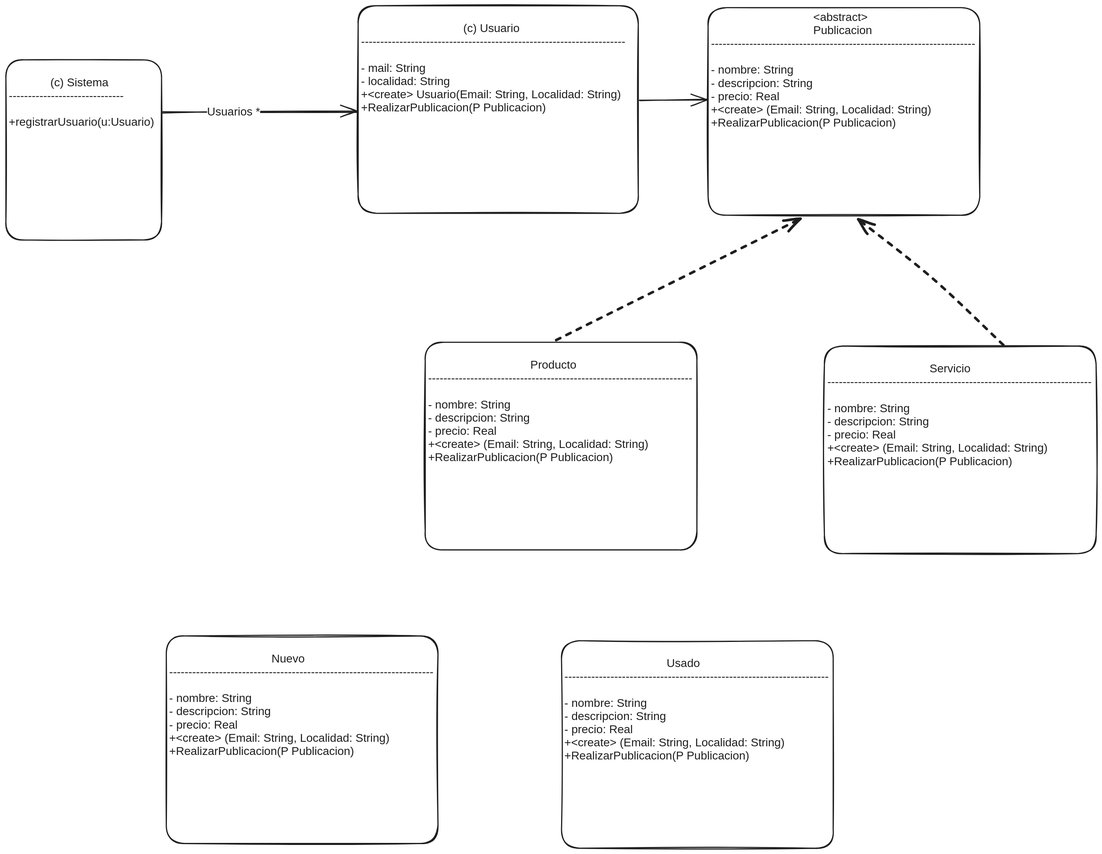
Fabian-Martinez-Rincon/Orientacion-a-Objetos1 keeps this Excalidraw diagram as apref/MercadoOnLine.excalidraw.svg. Above is the earlier version. Source tidied: one line per element, renumbered; positions are measured from the earlier drawing's top-left corner, leaving out a move shared by most shapes.
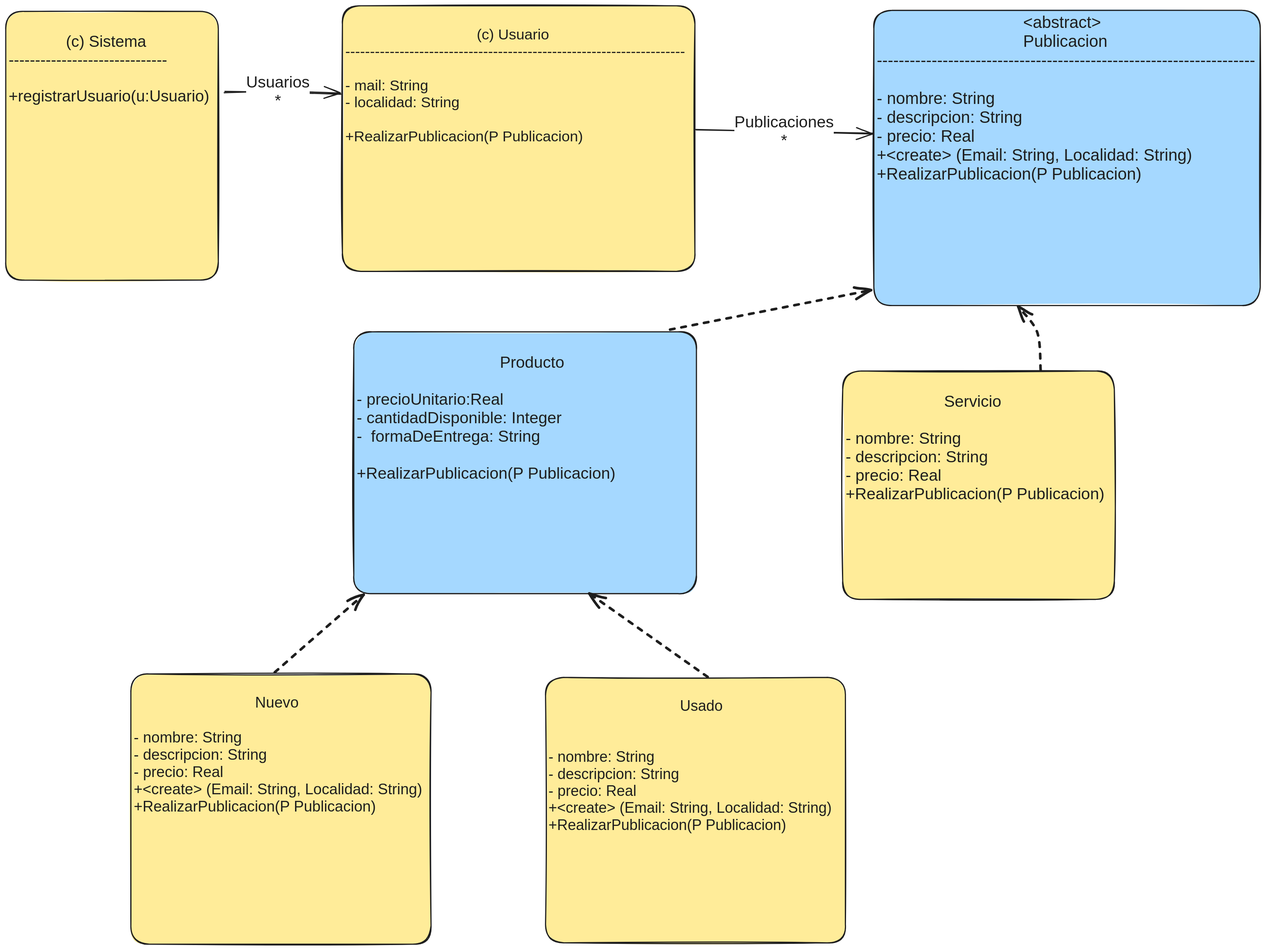
The same diagram one commit later.

Commit message:
Uml Parcial 1

What changed in the source:
```diff
@@ -1,19 +1,22 @@
-{"id": 0, "type": "rectangle", "strokeColor": "#1e1e1e", "strokeWidth": 2, "roughness": 1, "round": true, "x": 0, "y": 94, "width": 271, "height": 313}
+{"id": 0, "type": "rectangle", "strokeColor": "#1e1e1e", "backgroundColor": "#ffec99", "fillStyle": "solid", "strokeWidth": 2, "roughness": 1, "round": true, "x": -113, "y": 47, "width": 369, "height": 467}
-{"id": 1, "type": "text", "text": "\n             (c) Sistema\n------------------------------\n\n+registrarUsuario(u:Usuario)", "strokeColor": "#1e1e1e", "strokeWidth": 2, "roughness": 1, "fontSize": 20, "fontFamily": 2, "inside": 0, "x": 5, "y": 99, "width": 253, "height": 115}
+{"id": 1, "type": "text", "text": "\n             (c) Sistema\n------------------------------\n\n+registrarUsuario(u:Usuario)", "strokeColor": "#1e1e1e", "strokeWidth": 2, "roughness": 1, "fontSize": 27.6, "fontFamily": 2, "inside": 0, "x": -108, "y": 52, "width": 349, "height": 159}
-{"id": 2, "type": "rectangle", "strokeColor": "#1e1e1e", "strokeWidth": 2, "roughness": 1, "round": true, "x": 612, "y": 0, "width": 487, "height": 361}
+{"id": 2, "type": "rectangle", "strokeColor": "#1e1e1e", "backgroundColor": "#ffec99", "fillStyle": "solid", "strokeWidth": 2, "roughness": 1, "round": true, "x": 473, "y": 37, "width": 613, "height": 462}
-{"id": 3, "type": "text", "text": "\n                                (c) Usuario\n---------------------------------------------------------------------\n\n- mail: String\n- localidad: String\n+<create> Usuario(Email: String, Localidad: String)\n+RealizarPublicacion(P Publicacion)\n", "strokeColor": "#1e1e1e", "strokeWidth": 2, "roughness": 1, "fontSize": 20, "fontFamily": 2, "inside": 2, "x": 617, "y": 5, "width": 460, "height": 207}
+{"id": 3, "type": "text", "text": "\n                                (c) Usuario\n---------------------------------------------------------------------\n\n- mail: String\n- localidad: String\n\n+RealizarPublicacion(P Publicacion)\n", "strokeColor": "#1e1e1e", "strokeWidth": 2, "roughness": 1, "fontSize": 25.71, "fontFamily": 2, "inside": 2, "x": 478, "y": 42, "width": 591, "height": 266}
-{"id": 4, "type": "arrow", "strokeColor": "#1e1e1e", "strokeWidth": 2, "roughness": 1, "endArrowhead": "arrow", "round": true, "from": 0, "to": 2, "x": 272, "y": 185, "width": 340, "height": 0, "points": [[0, 0], [124, 0], [340, 0]]}
+{"id": 4, "type": "arrow", "strokeColor": "#1e1e1e", "strokeWidth": 2, "roughness": 1, "endArrowhead": "arrow", "round": true, "from": 0, "to": 2, "x": 268, "y": 186, "width": 202, "height": 4, "points": [[0, 0], [93, 0], [202, 4]]}
-{"id": 5, "type": "text", "text": "Usuarios *", "strokeColor": "#1e1e1e", "strokeWidth": 2, "roughness": 1, "fontSize": 20, "fontFamily": 2, "textAlign": "center", "verticalAlign": "middle", "inside": 4, "x": 350, "y": 173, "width": 92, "height": 23}
+{"id": 5, "type": "text", "text": "Usuarios\n*", "strokeColor": "#1e1e1e", "strokeWidth": 2, "roughness": 1, "fontSize": 28, "fontFamily": 2, "textAlign": "center", "verticalAlign": "middle", "inside": 4, "x": 305, "y": 154, "width": 110, "height": 64}
-{"id": 6, "type": "rectangle", "strokeColor": "#1e1e1e", "strokeWidth": 2, "roughness": 1, "round": true, "x": 1220, "y": 3, "width": 472, "height": 361}
+{"id": 6, "type": "rectangle", "strokeColor": "#1e1e1e", "backgroundColor": "#a5d8ff", "fillStyle": "solid", "strokeWidth": 2, "roughness": 1, "round": true, "x": 1396, "y": 45, "width": 672, "height": 513}
-{"id": 7, "type": "text", "text": "                                <abstract>\n                                Publicacion\n---------------------------------------------------------------------\n\n- nombre: String\n- descripcion: String\n- precio: Real\n+<create> (Email: String, Localidad: String)\n+RealizarPublicacion(P Publicacion)\n", "strokeColor": "#1e1e1e", "strokeWidth": 2, "roughness": 1, "fontSize": 20, "fontFamily": 2, "inside": 6, "x": 1225, "y": 8, "width": 460, "height": 230}
+{"id": 7, "type": "text", "text": "                                <abstract>\n                                Publicacion\n---------------------------------------------------------------------\n\n- nombre: String\n- descripcion: String\n- precio: Real\n+<create> (Email: String, Localidad: String)\n+RealizarPublicacion(P Publicacion)\n", "strokeColor": "#1e1e1e", "strokeWidth": 2, "roughness": 1, "fontSize": 28.63, "fontFamily": 2, "inside": 6, "x": 1401, "y": 50, "width": 658, "height": 329}
-{"id": 8, "type": "arrow", "strokeColor": "#1e1e1e", "strokeWidth": 2, "roughness": 1, "endArrowhead": "arrow", "round": true, "from": 2, "to": 6, "x": 1101, "y": 164, "width": 118, "height": 1, "points": [[0, 0], [118, -1]]}
+{"id": 8, "type": "arrow", "strokeColor": "#1e1e1e", "strokeWidth": 2, "roughness": 1, "endArrowhead": "arrow", "round": true, "from": 2, "to": 6, "x": 1086, "y": 252, "width": 308, "height": 7, "points": [[0, 0], [308, 7]]}
+{"id": 19, "type": "text", "text": "Publicaciones\n*", "strokeColor": "#1e1e1e", "strokeWidth": 4, "strokeStyle": "dashed", "roughness": 1, "fontSize": 28, "fontFamily": 2, "textAlign": "center", "verticalAlign": "middle", "inside": 8, "x": 1155, "y": 224, "width": 173, "height": 64}
-{"id": 9, "type": "rectangle", "strokeColor": "#1e1e1e", "strokeWidth": 2, "roughness": 1, "round": true, "x": 279, "y": 1096, "width": 472, "height": 361}
+{"id": 9, "type": "rectangle", "strokeColor": "#1e1e1e", "backgroundColor": "#ffec99", "fillStyle": "solid", "strokeWidth": 2, "roughness": 1, "round": true, "x": 105, "y": 1198, "width": 522, "height": 470}
-{"id": 10, "type": "text", "text": "\n                                Nuevo\n---------------------------------------------------------------------\n\n- nombre: String\n- descripcion: String\n- precio: Real\n+<create> (Email: String, Localidad: String)\n+RealizarPublicacion(P Publicacion)\n", "strokeColor": "#1e1e1e", "strokeWidth": 2, "roughness": 1, "fontSize": 20, "fontFamily": 2, "inside": 9, "x": 284, "y": 1101, "width": 460, "height": 230}
+{"id": 10, "type": "text", "text": "\n                             Nuevo\n\n- nombre: String\n- descripcion: String\n- precio: Real\n+<create> (Email: String, Localidad: String)\n+RealizarPublicacion(P Publicacion)\n", "strokeColor": "#1e1e1e", "strokeWidth": 2, "roughness": 1, "fontSize": 26.19, "fontFamily": 2, "inside": 9, "x": 110, "y": 1203, "width": 501, "height": 271}
-{"id": 11, "type": "rectangle", "strokeColor": "#1e1e1e", "strokeWidth": 2, "roughness": 1, "round": true, "x": 966, "y": 1104, "width": 472, "height": 361}
+{"id": 11, "type": "rectangle", "strokeColor": "#1e1e1e", "backgroundColor": "#ffec99", "fillStyle": "solid", "strokeWidth": 2, "roughness": 1, "round": true, "x": 826, "y": 1204, "width": 521, "height": 462}
-{"id": 12, "type": "text", "text": "\n                                Usado\n---------------------------------------------------------------------\n\n- nombre: String\n- descripcion: String\n- precio: Real\n+<create> (Email: String, Localidad: String)\n+RealizarPublicacion(P Publicacion)\n", "strokeColor": "#1e1e1e", "strokeWidth": 2, "roughness": 1, "fontSize": 20, "fontFamily": 2, "inside": 11, "x": 971, "y": 1109, "width": 460, "height": 230}
+{"id": 12, "type": "text", "text": "\n                                Usado\n\n\n- nombre: String\n- descripcion: String\n- precio: Real\n+<create> (Email: String, Localidad: String)\n+RealizarPublicacion(P Publicacion)\n", "strokeColor": "#1e1e1e", "strokeWidth": 2, "roughness": 1, "fontSize": 25.72, "fontFamily": 2, "inside": 11, "x": 831, "y": 1209, "width": 492, "height": 296}
-{"id": 13, "type": "rectangle", "strokeColor": "#1e1e1e", "strokeWidth": 2, "roughness": 1, "round": true, "x": 1423, "y": 592, "width": 472, "height": 361}
+{"id": 13, "type": "rectangle", "strokeColor": "#1e1e1e", "backgroundColor": "#ffec99", "fillStyle": "solid", "strokeWidth": 2, "roughness": 1, "round": true, "x": 1342, "y": 672, "width": 472, "height": 397}
-{"id": 14, "type": "text", "text": "\n                                Servicio\n---------------------------------------------------------------------\n\n- nombre: String\n- descripcion: String\n- precio: Real\n+<create> (Email: String, Localidad: String)\n+RealizarPublicacion(P Publicacion)\n", "strokeColor": "#1e1e1e", "strokeWidth": 2, "roughness": 1, "fontSize": 20, "fontFamily": 2, "inside": 13, "x": 1428, "y": 597, "width": 460, "height": 230}
+{"id": 14, "type": "text", "text": "\n                      Servicio\n\n- nombre: String\n- descripcion: String\n- precio: Real\n+RealizarPublicacion(P Publicacion)\n", "strokeColor": "#1e1e1e", "strokeWidth": 2, "roughness": 1, "fontSize": 28, "fontFamily": 2, "inside": 13, "x": 1347, "y": 677, "width": 451, "height": 258}
-{"id": 15, "type": "arrow", "strokeColor": "#1e1e1e", "strokeWidth": 4, "strokeStyle": "dashed", "roughness": 1, "endArrowhead": "arrow", "round": true, "from": 13, "to": 6, "x": 1734, "y": 590, "width": 252, "height": 220, "points": [[0, 0], [-124, -116], [-252, -220]]}
+{"id": 15, "type": "arrow", "strokeColor": "#1e1e1e", "strokeWidth": 4, "strokeStyle": "dashed", "roughness": 1, "endArrowhead": "arrow", "round": true, "from": 13, "to": 6, "x": 1687, "y": 671, "width": 39, "height": 112, "points": [[0, 0], [-7, -66], [-39, -112]]}
-{"id": 16, "type": "rectangle", "strokeColor": "#1e1e1e", "strokeWidth": 2, "roughness": 1, "round": true, "x": 729, "y": 585, "width": 472, "height": 361}
+{"id": 16, "type": "rectangle", "strokeColor": "#1e1e1e", "backgroundColor": "#a5d8ff", "fillStyle": "solid", "strokeWidth": 2, "roughness": 1, "round": true, "x": 492, "y": 604, "width": 596, "height": 455}
-{"id": 17, "type": "text", "text": "\n                                Producto\n---------------------------------------------------------------------\n\n- nombre: String\n- descripcion: String\n- precio: Real\n+<create> (Email: String, Localidad: String)\n+RealizarPublicacion(P Publicacion)\n", "strokeColor": "#1e1e1e", "strokeWidth": 2, "roughness": 1, "fontSize": 20, "fontFamily": 2, "inside": 16, "x": 734, "y": 590, "width": 460, "height": 230}
+{"id": 17, "type": "text", "text": "\n                                Producto\n\n- precioUnitario:Real\n- cantidadDisponible: Integer\n-  formaDeEntrega: String\n\n+RealizarPublicacion(P Publicacion)\n", "strokeColor": "#1e1e1e", "strokeWidth": 2, "roughness": 1, "fontSize": 28, "fontFamily": 2, "inside": 16, "x": 497, "y": 609, "width": 451, "height": 290}
-{"id": 18, "type": "arrow", "strokeColor": "#1e1e1e", "strokeWidth": 4, "strokeStyle": "dashed", "roughness": 1, "endArrowhead": "arrow", "round": true, "from": 16, "to": 6, "x": 957, "y": 582, "width": 424, "height": 213, "points": [[0, 0], [424, -213]]}
+{"id": 18, "type": "arrow", "strokeColor": "#1e1e1e", "strokeWidth": 4, "strokeStyle": "dashed", "roughness": 1, "endArrowhead": "arrow", "round": true, "from": 16, "to": 6, "x": 1042, "y": 601, "width": 349, "height": 70, "points": [[0, 0], [349, -70]]}
+{"id": 20, "type": "arrow", "strokeColor": "#1e1e1e", "backgroundColor": "#ffec99", "fillStyle": "solid", "strokeWidth": 4, "strokeStyle": "dashed", "roughness": 1, "endArrowhead": "arrow", "round": true, "from": 9, "to": 16, "x": 356, "y": 1197, "width": 154, "height": 136, "points": [[0, 0], [154, -136]]}
+{"id": 21, "type": "arrow", "strokeColor": "#1e1e1e", "backgroundColor": "#ffec99", "fillStyle": "solid", "strokeWidth": 4, "strokeStyle": "dashed", "roughness": 1, "endArrowhead": "arrow", "round": true, "from": 11, "to": 16, "x": 1108, "y": 1203, "width": 207, "height": 144, "points": [[0, 0], [-207, -144]]}
```
